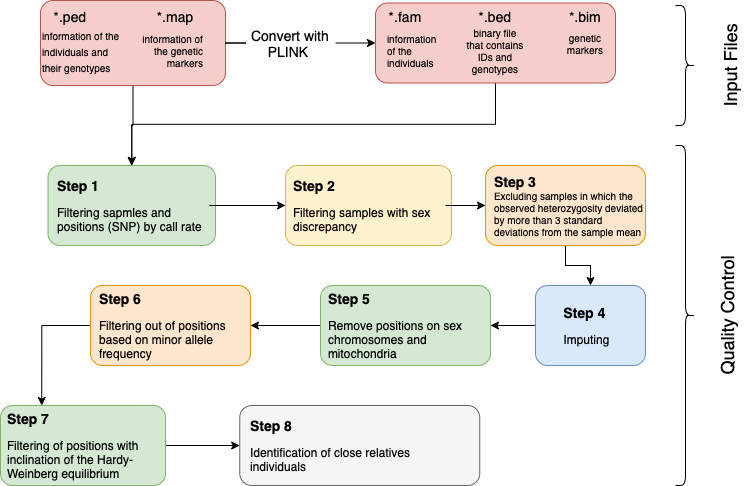
DIliushchenko/GWAS_IB keeps this draw.io diagram as pipline.png. Above is the earlier version. Source tidied: cells renumbered, new cells last; positions are measured from the earlier drawing's top-left corner, leaving out a move shared by most shapes.
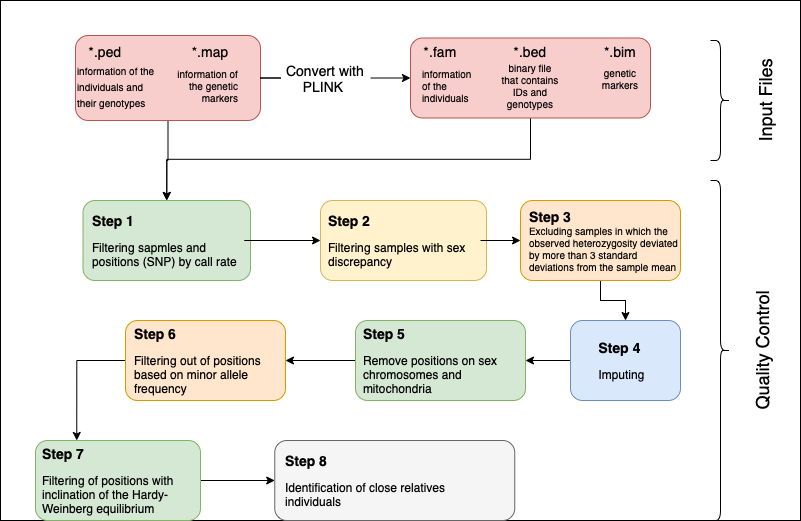
The same file after the commit.

What changed in the source:
```diff
@@ -2,6 +2,9 @@
   <root>
     <mxCell id="0" />
     <mxCell id="1" parent="0" />
+    <mxCell id="46" style="rounded=0;whiteSpace=wrap;html=1;" parent="1" vertex="1">
+      <mxGeometry x="-35" y="-35" width="800" height="520" as="geometry" />
+    </mxCell>
     <mxCell id="2" style="edgeStyle=orthogonalEdgeStyle;rounded=0;jettySize=auto;html=1;exitX=1;exitY=0.5;exitDx=0;exitDy=0;entryX=0;entryY=0.5;entryDx=0;entryDy=0;fontSize=10;" parent="1" edge="1" source="3" target="44">
       <mxGeometry relative="1" as="geometry" />
     </mxCell>
```
